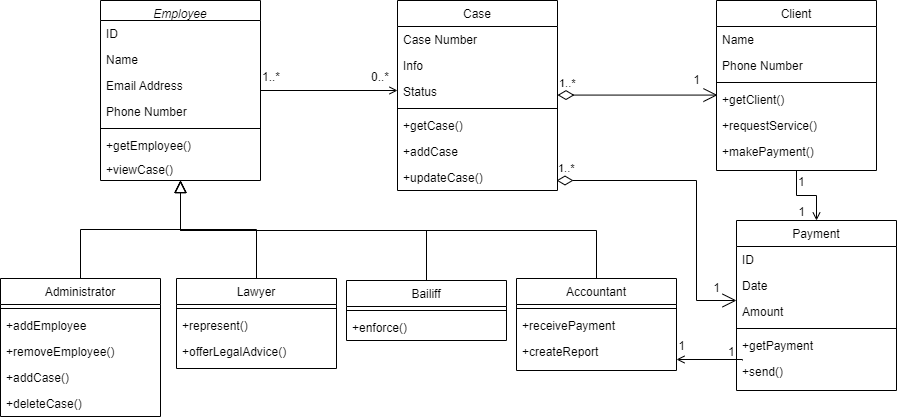
This is Class Diagram.png from holtik/Bailiff-s-Office-Software-System, a draw.io export, as it was before one commit. Source tidied: cells renumbered, new cells last; positions are measured from the earlier drawing's top-left corner, leaving out a move shared by most shapes.
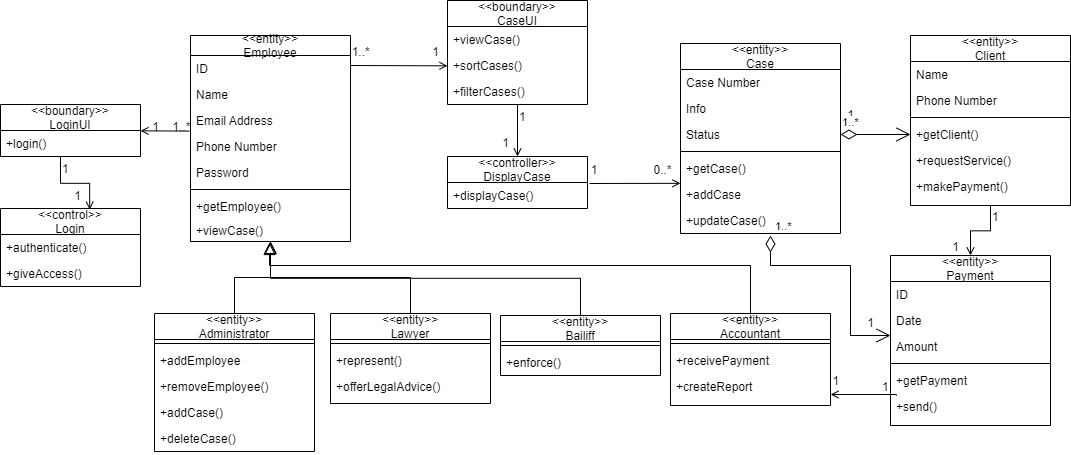
Later version of the same file.

The edit, as a diff of the source:
```diff
@@ -2,8 +2,8 @@
   <root>
     <mxCell id="0" />
     <mxCell id="1" parent="0" />
-    <mxCell id="2" value="Employee" style="swimlane;fontStyle=2;align=center;verticalAlign=top;horizontal=1;startSize=20;rounded=0;shadow=0;strokeWidth=1;" parent="1" vertex="1">
-      <mxGeometry x="100" width="160" height="180" as="geometry" />
+    <mxCell id="2" value="&lt;&lt;entity&gt;&gt;&#10;Employee" style="swimlane;fontStyle=0;align=center;verticalAlign=middle;horizontal=1;startSize=20;rounded=0;shadow=0;strokeWidth=1;" parent="1" vertex="1">
+      <mxGeometry x="36" width="160" height="206" as="geometry" />
     </mxCell>
     <mxCell id="3" value="ID" style="text;align=left;verticalAlign=top;spacingLeft=4;spacingRight=4;overflow=hidden;" parent="2" vertex="1">
       <mxGeometry y="20" width="160" height="26" as="geometry" />
@@ -17,16 +17,19 @@
     <mxCell id="6" value="Phone Number" style="text;align=left;verticalAlign=top;spacingLeft=4;spacingRight=4;overflow=hidden;rounded=0;shadow=0;html=0;" parent="2" vertex="1">
       <mxGeometry y="98" width="160" height="26" as="geometry" />
     </mxCell>
+    <mxCell id="66" value="Password" style="text;align=left;verticalAlign=top;spacingLeft=4;spacingRight=4;overflow=hidden;rounded=0;shadow=0;html=0;" parent="2" vertex="1">
+      <mxGeometry y="124" width="160" height="26" as="geometry" />
+    </mxCell>
     <mxCell id="7" style="line;html=1;strokeWidth=1;align=left;verticalAlign=middle;spacingTop=-1;spacingLeft=3;spacingRight=3;labelPosition=right;" parent="2" vertex="1">
-      <mxGeometry y="124" width="160" height="8" as="geometry" />
+      <mxGeometry y="150" width="160" height="8" as="geometry" />
     </mxCell>
     <mxCell id="8" value="+getEmployee()" style="text;align=left;verticalAlign=top;spacingLeft=4;spacingRight=4;overflow=hidden;" parent="2" vertex="1">
-      <mxGeometry y="132" width="160" height="24" as="geometry" />
+      <mxGeometry y="158" width="160" height="24" as="geometry" />
     </mxCell>
     <mxCell id="9" value="+viewCase()" style="text;align=left;verticalAlign=top;spacingLeft=4;spacingRight=4;overflow=hidden;points=[[0,0.5],[1,0.5]];portConstraint=eastwest;" parent="2" vertex="1">
-      <mxGeometry y="156" width="160" height="24" as="geometry" />
+      <mxGeometry y="182" width="160" height="24" as="geometry" />
     </mxCell>
-    <mxCell id="10" value="Lawyer" style="swimlane;fontStyle=0;align=center;verticalAlign=top;horizontal=1;startSize=26;rounded=0;shadow=0;strokeWidth=1;" parent="1" vertex="1">
+    <mxCell id="10" value="&lt;&lt;entity&gt;&gt;&#10;Lawyer" style="swimlane;fontStyle=0;align=center;verticalAlign=middle;horizontal=1;startSize=26;rounded=0;shadow=0;strokeWidth=1;" parent="1" vertex="1">
       <mxGeometry x="176" y="278" width="160" height="90" as="geometry" />
     </mxCell>
     <mxCell id="11" style="line;html=1;strokeWidth=1;align=left;verticalAlign=middle;spacingTop=-1;spacingLeft=3;spacingRight=3;labelPosition=right;" parent="10" vertex="1">
@@ -41,8 +44,8 @@
     <mxCell id="14" style="endArrow=block;endSize=10;endFill=0;shadow=0;strokeWidth=1;rounded=0;edgeStyle=elbowEdgeStyle;elbow=vertical;exitX=0.5;exitY=0;exitDx=0;exitDy=0;" parent="1" edge="1" source="33" target="2">
       <mxGeometry relative="1" as="geometry" />
     </mxCell>
-    <mxCell id="15" value="Case" style="swimlane;fontStyle=0;align=center;verticalAlign=top;horizontal=1;startSize=26;rounded=0;shadow=0;strokeWidth=1;" parent="1" vertex="1">
-      <mxGeometry x="397" width="160" height="190" as="geometry" />
+    <mxCell id="15" value="&lt;&lt;entity&gt;&gt;&#10;Case" style="swimlane;fontStyle=0;align=center;verticalAlign=middle;horizontal=1;startSize=26;rounded=0;shadow=0;strokeWidth=1;" parent="1" vertex="1">
+      <mxGeometry x="526" y="8" width="160" height="190" as="geometry" />
     </mxCell>
     <mxCell id="16" value="Case Number" style="text;align=left;verticalAlign=top;spacingLeft=4;spacingRight=4;overflow=hidden;" parent="15" vertex="1">
       <mxGeometry y="26" width="160" height="26" as="geometry" />
@@ -65,12 +68,12 @@
     <mxCell id="22" value="+updateCase()" style="text;align=left;verticalAlign=top;spacingLeft=4;spacingRight=4;overflow=hidden;" parent="15" vertex="1">
       <mxGeometry y="164" width="160" height="26" as="geometry" />
     </mxCell>
-    <mxCell id="23" style="endArrow=open;shadow=0;strokeWidth=1;rounded=0;endFill=1;edgeStyle=elbowEdgeStyle;elbow=vertical;" parent="1" edge="1" source="2" target="15">
+    <mxCell id="23" style="endArrow=open;shadow=0;strokeWidth=1;rounded=0;endFill=1;edgeStyle=elbowEdgeStyle;elbow=vertical;exitX=1.014;exitY=0.038;exitDx=0;exitDy=0;exitPerimeter=0;" parent="1" edge="1" source="77" target="15">
       <mxGeometry x="0.5" y="41" relative="1" as="geometry">
         <mxPoint x="-40" y="32" as="offset" />
       </mxGeometry>
     </mxCell>
-    <mxCell id="24" value="1..*" style="align=left;verticalAlign=bottom;labelBackgroundColor=none;fontSize=12;" parent="23" vertex="1">
+    <mxCell id="24" value="1" style="align=left;verticalAlign=bottom;labelBackgroundColor=none;fontSize=12;" parent="23" vertex="1">
       <mxGeometry x="-1" relative="1" as="geometry">
         <mxPoint y="-5" as="offset" />
       </mxGeometry>
@@ -80,7 +83,7 @@
         <mxPoint x="-7" y="-5" as="offset" />
       </mxGeometry>
     </mxCell>
-    <mxCell id="26" value="Administrator" style="swimlane;fontStyle=0;align=center;verticalAlign=top;horizontal=1;startSize=26;rounded=0;shadow=0;strokeWidth=1;" parent="1" vertex="1">
+    <mxCell id="26" value="&lt;&lt;entity&gt;&gt;&#10;Administrator" style="swimlane;fontStyle=0;align=center;verticalAlign=middle;horizontal=1;startSize=26;rounded=0;shadow=0;strokeWidth=1;" parent="1" vertex="1">
       <mxGeometry y="278" width="160" height="138" as="geometry" />
     </mxCell>
     <mxCell id="27" style="line;html=1;strokeWidth=1;align=left;verticalAlign=middle;spacingTop=-1;spacingLeft=3;spacingRight=3;labelPosition=right;" parent="26" vertex="1">
@@ -98,12 +101,10 @@
     <mxCell id="31" value="+deleteCase()" style="text;align=left;verticalAlign=top;spacingLeft=4;spacingRight=4;overflow=hidden;" parent="26" vertex="1">
       <mxGeometry y="112" width="160" height="26" as="geometry" />
     </mxCell>
-    <mxCell id="32" style="endArrow=block;endSize=10;endFill=0;shadow=0;strokeWidth=1;rounded=0;edgeStyle=elbowEdgeStyle;elbow=vertical;" parent="1" edge="1" source="26">
-      <mxGeometry relative="1" as="geometry">
-        <mxPoint x="180" y="180" as="targetPoint" />
-      </mxGeometry>
+    <mxCell id="32" style="endArrow=block;endSize=10;endFill=0;shadow=0;strokeWidth=1;rounded=0;edgeStyle=elbowEdgeStyle;elbow=vertical;" parent="1" edge="1" source="26" target="9">
+      <mxGeometry relative="1" as="geometry" />
     </mxCell>
-    <mxCell id="33" value="Bailiff" style="swimlane;fontStyle=0;align=center;verticalAlign=top;horizontal=1;startSize=26;rounded=0;shadow=0;strokeWidth=1;" parent="1" vertex="1">
+    <mxCell id="33" value="&lt;&lt;entity&gt;&gt;&#10;Bailiff" style="swimlane;fontStyle=0;align=center;verticalAlign=middle;horizontal=1;startSize=26;rounded=0;shadow=0;strokeWidth=1;" parent="1" vertex="1">
       <mxGeometry x="346" y="280" width="160" height="60" as="geometry" />
     </mxCell>
     <mxCell id="34" style="line;html=1;strokeWidth=1;align=left;verticalAlign=middle;spacingTop=-1;spacingLeft=3;spacingRight=3;labelPosition=right;" parent="33" vertex="1">
@@ -112,7 +113,7 @@
     <mxCell id="35" value="+enforce()" style="text;align=left;verticalAlign=top;spacingLeft=4;spacingRight=4;overflow=hidden;" parent="33" vertex="1">
       <mxGeometry y="34" width="160" height="26" as="geometry" />
     </mxCell>
-    <mxCell id="36" value="Accountant" style="swimlane;fontStyle=0;align=center;verticalAlign=top;horizontal=1;startSize=26;rounded=0;shadow=0;strokeWidth=1;" parent="1" vertex="1">
+    <mxCell id="36" value="&lt;&lt;entity&gt;&gt;&#10;Accountant" style="swimlane;fontStyle=0;align=center;verticalAlign=middle;horizontal=1;startSize=26;rounded=0;shadow=0;strokeWidth=1;" parent="1" vertex="1">
       <mxGeometry x="516" y="278" width="160" height="92" as="geometry" />
     </mxCell>
     <mxCell id="37" style="line;html=1;strokeWidth=1;align=left;verticalAlign=middle;spacingTop=-1;spacingLeft=3;spacingRight=3;labelPosition=right;" parent="36" vertex="1">
@@ -124,16 +125,15 @@
     <mxCell id="39" value="+createReport" style="text;align=left;verticalAlign=top;spacingLeft=4;spacingRight=4;overflow=hidden;points=[[0,0.5],[1,0.5]];portConstraint=eastwest;" parent="36" vertex="1">
       <mxGeometry y="60" width="160" height="26" as="geometry" />
     </mxCell>
-    <mxCell id="40" style="endArrow=block;endSize=10;endFill=0;shadow=0;strokeWidth=1;rounded=0;edgeStyle=elbowEdgeStyle;elbow=vertical;exitX=0.5;exitY=0;exitDx=0;exitDy=0;" parent="1" edge="1" source="36">
+    <mxCell id="40" style="endArrow=block;endSize=10;endFill=0;shadow=0;strokeWidth=1;rounded=0;edgeStyle=elbowEdgeStyle;elbow=vertical;exitX=0.5;exitY=0;exitDx=0;exitDy=0;entryX=0.494;entryY=1.042;entryDx=0;entryDy=0;entryPerimeter=0;" parent="1" edge="1" source="36" target="9">
       <mxGeometry relative="1" as="geometry">
-        <mxPoint x="180" y="180" as="targetPoint" />
         <Array as="points">
           <mxPoint x="450" y="230" />
         </Array>
       </mxGeometry>
     </mxCell>
-    <mxCell id="41" value="Client" style="swimlane;fontStyle=0;align=center;verticalAlign=top;horizontal=1;startSize=26;rounded=0;shadow=0;strokeWidth=1;" parent="1" vertex="1">
-      <mxGeometry x="716" width="160" height="170" as="geometry" />
+    <mxCell id="41" value="&lt;&lt;entity&gt;&gt;&#10;Client" style="swimlane;fontStyle=0;align=center;verticalAlign=middle;horizontal=1;startSize=26;rounded=0;shadow=0;strokeWidth=1;" parent="1" vertex="1">
+      <mxGeometry x="756" width="160" height="170" as="geometry" />
     </mxCell>
     <mxCell id="42" value="Name" style="text;align=left;verticalAlign=top;spacingLeft=4;spacingRight=4;overflow=hidden;" parent="41" vertex="1">
       <mxGeometry y="26" width="160" height="26" as="geometry" />
@@ -153,21 +153,16 @@
     <mxCell id="47" value="+makePayment()" style="text;align=left;verticalAlign=top;spacingLeft=4;spacingRight=4;overflow=hidden;" parent="41" vertex="1">
       <mxGeometry y="138" width="160" height="26" as="geometry" />
     </mxCell>
-    <mxCell id="48" style="endArrow=block;endSize=10;endFill=0;shadow=0;strokeWidth=1;rounded=0;edgeStyle=elbowEdgeStyle;elbow=vertical;exitX=0.5;exitY=0;exitDx=0;exitDy=0;" parent="1" edge="1" source="10">
-      <mxGeometry relative="1" as="geometry">
-        <mxPoint x="180" y="180" as="targetPoint" />
-      </mxGeometry>
+    <mxCell id="48" style="endArrow=block;endSize=10;endFill=0;shadow=0;strokeWidth=1;rounded=0;edgeStyle=elbowEdgeStyle;elbow=vertical;exitX=0.5;exitY=0;exitDx=0;exitDy=0;" parent="1" edge="1" source="10" target="9">
+      <mxGeometry relative="1" as="geometry" />
     </mxCell>
     <mxCell id="49" value="1" style="text;html=1;align=center;verticalAlign=middle;strokeColor=none;fillColor=none;" parent="1" vertex="1">
       <mxGeometry x="686" y="70" width="20" height="20" as="geometry" />
     </mxCell>
-    <mxCell id="50" value="1..*" style="endArrow=open;html=1;endSize=12;startArrow=diamondThin;startSize=14;startFill=0;edgeStyle=orthogonalEdgeStyle;align=left;verticalAlign=bottom;rounded=0;" parent="1" edge="1">
-      <mxGeometry x="-1" y="3" relative="1" as="geometry">
-        <mxPoint x="557" y="94.6" as="sourcePoint" />
-        <mxPoint x="717" y="94.6" as="targetPoint" />
-      </mxGeometry>
+    <mxCell id="50" value="1..*" style="endArrow=open;html=1;endSize=12;startArrow=diamondThin;startSize=14;startFill=0;edgeStyle=orthogonalEdgeStyle;align=left;verticalAlign=bottom;rounded=0;entryX=0;entryY=0.5;entryDx=0;entryDy=0;exitX=1;exitY=0.5;exitDx=0;exitDy=0;" parent="1" edge="1" source="18" target="45">
+      <mxGeometry x="-1" y="3" relative="1" as="geometry" />
     </mxCell>
-    <mxCell id="51" value="Payment" style="swimlane;fontStyle=0;align=center;verticalAlign=top;horizontal=1;startSize=26;rounded=0;shadow=0;strokeWidth=1;" parent="1" vertex="1">
+    <mxCell id="51" value="&lt;&lt;entity&gt;&gt;&#10;Payment" style="swimlane;fontStyle=0;align=center;verticalAlign=middle;horizontal=1;startSize=26;rounded=0;shadow=0;strokeWidth=1;" parent="1" vertex="1">
       <mxGeometry x="736" y="220" width="160" height="170" as="geometry" />
     </mxCell>
     <mxCell id="52" value="ID" style="text;align=left;verticalAlign=top;spacingLeft=4;spacingRight=4;overflow=hidden;" parent="51" vertex="1">
@@ -190,10 +185,11 @@
     </mxCell>
     <mxCell id="58" value="1..*" style="endArrow=open;html=1;endSize=12;startArrow=diamondThin;startSize=14;startFill=0;edgeStyle=orthogonalEdgeStyle;align=left;verticalAlign=bottom;rounded=0;" parent="1" edge="1">
       <mxGeometry x="-1" y="3" relative="1" as="geometry">
-        <mxPoint x="556" y="180" as="sourcePoint" />
+        <mxPoint x="616" y="200" as="sourcePoint" />
         <mxPoint x="736" y="300" as="targetPoint" />
         <Array as="points">
-          <mxPoint x="696" y="180" />
+          <mxPoint x="616" y="230" />
+          <mxPoint x="696" y="230" />
           <mxPoint x="696" y="300" />
         </Array>
       </mxGeometry>
@@ -235,5 +231,100 @@
         <mxPoint x="10" y="-5" as="offset" />
       </mxGeometry>
     </mxCell>
+    <mxCell id="67" value="&lt;&lt;boundary&gt;&gt;&#10;LoginUI" style="swimlane;fontStyle=0;horizontal=1;startSize=26;fillColor=none;" parent="1" vertex="1">
+      <mxGeometry x="-154" y="69" width="140" height="52" as="geometry" />
+    </mxCell>
+    <mxCell id="68" value="+login()" style="text;strokeColor=none;fillColor=none;align=left;verticalAlign=top;spacingLeft=4;spacingRight=4;overflow=hidden;points=[[0,0.5],[1,0.5]];portConstraint=eastwest;" parent="67" vertex="1">
+      <mxGeometry y="26" width="140" height="26" as="geometry" />
+    </mxCell>
+    <mxCell id="69" value="&lt;&lt;control&gt;&gt;&#10;Login" style="swimlane;fontStyle=0;horizontal=1;startSize=26;fillColor=none;" parent="1" vertex="1">
+      <mxGeometry x="-154" y="173" width="140" height="78" as="geometry" />
+    </mxCell>
+    <mxCell id="70" value="+authenticate()" style="text;strokeColor=none;fillColor=none;align=left;verticalAlign=top;spacingLeft=4;spacingRight=4;overflow=hidden;" parent="69" vertex="1">
+      <mxGeometry y="26" width="140" height="26" as="geometry" />
+    </mxCell>
+    <mxCell id="71" value="+giveAccess()" style="text;strokeColor=none;fillColor=none;align=left;verticalAlign=top;spacingLeft=4;spacingRight=4;overflow=hidden;" parent="69" vertex="1">
+      <mxGeometry y="52" width="140" height="26" as="geometry" />
+    </mxCell>
+    <mxCell id="72" value="&lt;&lt;boundary&gt;&gt;&#10;CaseUI" style="swimlane;fontStyle=0;horizontal=1;startSize=26;fillColor=none;" parent="1" vertex="1">
+      <mxGeometry x="293" y="-35" width="140" height="104" as="geometry" />
+    </mxCell>
+    <mxCell id="73" value="+viewCase()" style="text;strokeColor=none;fillColor=none;align=left;verticalAlign=top;spacingLeft=4;spacingRight=4;overflow=hidden;" parent="72" vertex="1">
+      <mxGeometry y="26" width="140" height="26" as="geometry" />
+    </mxCell>
+    <mxCell id="74" value="+sortCases()" style="text;strokeColor=none;fillColor=none;align=left;verticalAlign=top;spacingLeft=4;spacingRight=4;overflow=hidden;points=[[0,0.5],[1,0.5]];portConstraint=eastwest;" parent="72" vertex="1">
+      <mxGeometry y="52" width="140" height="26" as="geometry" />
+    </mxCell>
+    <mxCell id="75" value="+filterCases()" style="text;strokeColor=none;fillColor=none;align=left;verticalAlign=top;spacingLeft=4;spacingRight=4;overflow=hidden;points=[[0,0.5],[1,0.5]];portConstraint=eastwest;" parent="72" vertex="1">
+      <mxGeometry y="78" width="140" height="26" as="geometry" />
+    </mxCell>
+    <mxCell id="76" value="&lt;&lt;controller&gt;&gt;&#10;DisplayCase" style="swimlane;fontStyle=0;horizontal=1;startSize=26;fillColor=none;" parent="1" vertex="1">
+      <mxGeometry x="293" y="121" width="140" height="52" as="geometry" />
+    </mxCell>
+    <mxCell id="77" value="+displayCase()" style="text;strokeColor=none;fillColor=none;align=left;verticalAlign=top;spacingLeft=4;spacingRight=4;overflow=hidden;points=[[0,0.5],[1,0.5]];portConstraint=eastwest;" parent="76" vertex="1">
+      <mxGeometry y="26" width="140" height="26" as="geometry" />
+    </mxCell>
+    <mxCell id="78" style="endArrow=open;shadow=0;strokeWidth=1;rounded=0;endFill=1;edgeStyle=elbowEdgeStyle;elbow=vertical;entryX=0;entryY=0.5;entryDx=0;entryDy=0;" parent="1" edge="1" target="74">
+      <mxGeometry x="0.5" y="41" relative="1" as="geometry">
+        <mxPoint x="196" y="30" as="sourcePoint" />
+        <mxPoint x="-40" y="32" as="offset" />
+      </mxGeometry>
+    </mxCell>
+    <mxCell id="79" value="1..*" style="align=left;verticalAlign=bottom;labelBackgroundColor=none;fontSize=12;" parent="78" vertex="1">
+      <mxGeometry x="-1" relative="1" as="geometry">
+        <mxPoint y="-5" as="offset" />
+      </mxGeometry>
+    </mxCell>
+    <mxCell id="80" value="1" style="align=right;verticalAlign=bottom;labelBackgroundColor=none;fontSize=12;" parent="78" vertex="1">
+      <mxGeometry x="1" relative="1" as="geometry">
+        <mxPoint x="-7" y="-5" as="offset" />
+      </mxGeometry>
+    </mxCell>
+    <mxCell id="81" style="endArrow=open;shadow=0;strokeWidth=1;rounded=0;endFill=1;edgeStyle=elbowEdgeStyle;elbow=vertical;entryX=0.5;entryY=0;entryDx=0;entryDy=0;" parent="1" edge="1" source="75" target="76">
+      <mxGeometry x="0.5" y="41" relative="1" as="geometry">
+        <mxPoint x="-40" y="32" as="offset" />
+      </mxGeometry>
+    </mxCell>
+    <mxCell id="82" value="1" style="align=left;verticalAlign=bottom;labelBackgroundColor=none;fontSize=12;" parent="81" vertex="1">
+      <mxGeometry x="-1" relative="1" as="geometry">
+        <mxPoint y="21" as="offset" />
+      </mxGeometry>
+    </mxCell>
+    <mxCell id="83" value="1" style="align=right;verticalAlign=bottom;labelBackgroundColor=none;fontSize=12;" parent="81" vertex="1">
+      <mxGeometry x="1" relative="1" as="geometry">
+        <mxPoint x="-7" y="-5" as="offset" />
+      </mxGeometry>
+    </mxCell>
+    <mxCell id="84" style="endArrow=open;shadow=0;strokeWidth=1;rounded=0;endFill=1;edgeStyle=elbowEdgeStyle;elbow=vertical;exitX=-0.006;exitY=0.908;exitDx=0;exitDy=0;exitPerimeter=0;" parent="1" edge="1" source="5" target="68">
+      <mxGeometry x="0.5" y="41" relative="1" as="geometry">
+        <mxPoint x="-40" y="32" as="offset" />
+      </mxGeometry>
+    </mxCell>
+    <mxCell id="85" value="1..*" style="align=left;verticalAlign=bottom;labelBackgroundColor=none;fontSize=12;" parent="84" vertex="1">
+      <mxGeometry x="-1" relative="1" as="geometry">
+        <mxPoint x="-19" y="5" as="offset" />
+      </mxGeometry>
+    </mxCell>
+    <mxCell id="86" value="1" style="align=right;verticalAlign=bottom;labelBackgroundColor=none;fontSize=12;" parent="84" vertex="1">
+      <mxGeometry x="1" relative="1" as="geometry">
+        <mxPoint x="20" y="5" as="offset" />
+      </mxGeometry>
+    </mxCell>
+    <mxCell id="87" style="endArrow=open;shadow=0;strokeWidth=1;rounded=0;endFill=1;edgeStyle=elbowEdgeStyle;elbow=vertical;entryX=0.637;entryY=0.015;entryDx=0;entryDy=0;entryPerimeter=0;" parent="1" edge="1" target="69">
+      <mxGeometry x="0.5" y="41" relative="1" as="geometry">
+        <mxPoint x="-94" y="121" as="sourcePoint" />
+        <mxPoint x="-40" y="32" as="offset" />
+      </mxGeometry>
+    </mxCell>
+    <mxCell id="88" value="1" style="align=left;verticalAlign=bottom;labelBackgroundColor=none;fontSize=12;" parent="87" vertex="1">
+      <mxGeometry x="-1" relative="1" as="geometry">
+        <mxPoint y="21" as="offset" />
+      </mxGeometry>
+    </mxCell>
+    <mxCell id="89" value="1" style="align=right;verticalAlign=bottom;labelBackgroundColor=none;fontSize=12;" parent="87" vertex="1">
+      <mxGeometry x="1" relative="1" as="geometry">
+        <mxPoint x="-7" y="-5" as="offset" />
+      </mxGeometry>
+    </mxCell>
   </root>
 </mxGraphModel>
```
